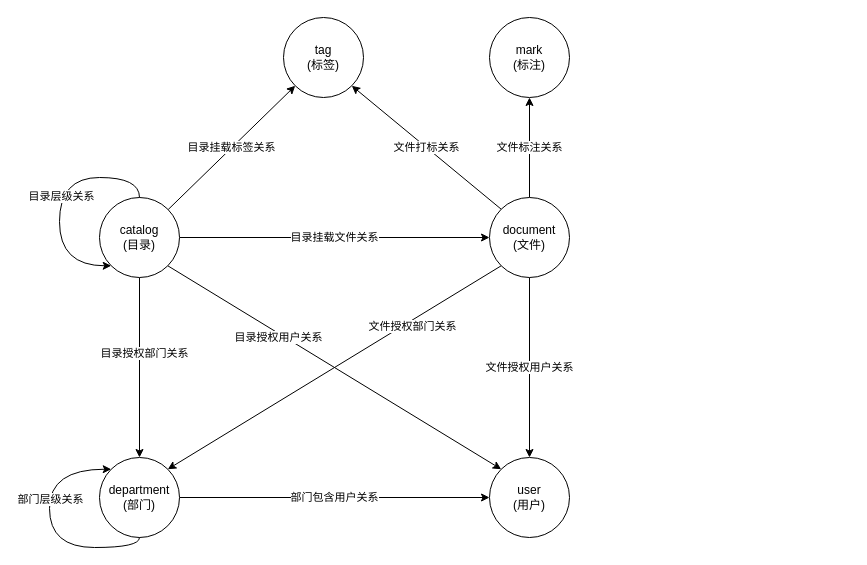
Earlier version of the draw.io diagram page "明智文库schema" (12 of 12) of Untitled Diagram.drawio (vekbug/drawio). Source tidied: cells renumbered, new cells numbered last; positions are measured from the earlier drawing's top-left corner, leaving out a move shared by most shapes. Both pictures are drawn from the tidied source at 100%, with x=0, y=0 at pixel (49, 17).
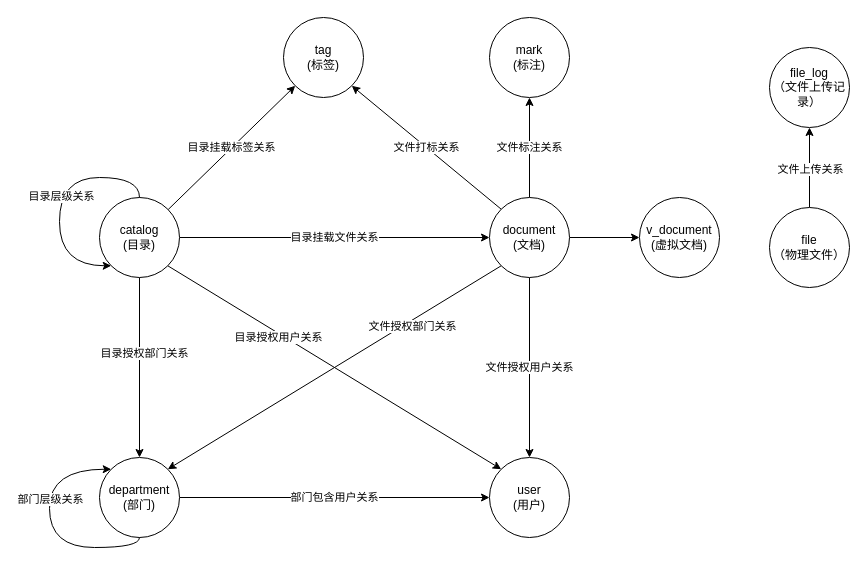
The same diagram, later.

Change to the diagram source:
```diff
@@
+    <mxCell id="23" style="edgeStyle=orthogonalEdgeStyle;rounded=0;jettySize=auto;html=1;" parent="1" edge="1" source="18" target="24">
+      <mxGeometry relative="1" as="geometry" />
+    </mxCell>
-    <mxCell id="18" value="&lt;span&gt;document&lt;br&gt;(文件)&lt;/span&gt;" style="ellipse;whiteSpace=wrap;html=1;" parent="1" vertex="1">
+    <mxCell id="18" value="&lt;span&gt;document&lt;br&gt;(文档)&lt;/span&gt;" style="ellipse;whiteSpace=wrap;html=1;" parent="1" vertex="1">
       <mxGeometry x="440" y="180" width="80" height="80" as="geometry" />
     </mxCell>
@@
+    <mxCell id="24" value="&lt;span&gt;v_document&lt;br&gt;(虚拟文档)&lt;/span&gt;" style="ellipse;whiteSpace=wrap;html=1;" parent="1" vertex="1">
+      <mxGeometry x="590" y="180" width="80" height="80" as="geometry" />
+    </mxCell>
+    <mxCell id="25" style="edgeStyle=orthogonalEdgeStyle;rounded=0;jettySize=auto;html=1;" parent="1" edge="1" source="27" target="28">
+      <mxGeometry relative="1" as="geometry" />
+    </mxCell>
+    <mxCell id="26" value="文件上传关系" style="edgeLabel;html=1;align=center;verticalAlign=middle;" parent="25" vertex="1">
+      <mxGeometry x="-0.01" relative="1" as="geometry">
+        <mxPoint y="1" as="offset" />
+      </mxGeometry>
+    </mxCell>
+    <mxCell id="27" value="file&lt;br&gt;（物理文件）" style="ellipse;whiteSpace=wrap;html=1;" parent="1" vertex="1">
+      <mxGeometry x="720" y="190" width="80" height="80" as="geometry" />
+    </mxCell>
+    <mxCell id="28" value="file_log&lt;br&gt;（文件上传记录）" style="ellipse;whiteSpace=wrap;html=1;" parent="1" vertex="1">
+      <mxGeometry x="720" y="30" width="80" height="80" as="geometry" />
+    </mxCell>
```
